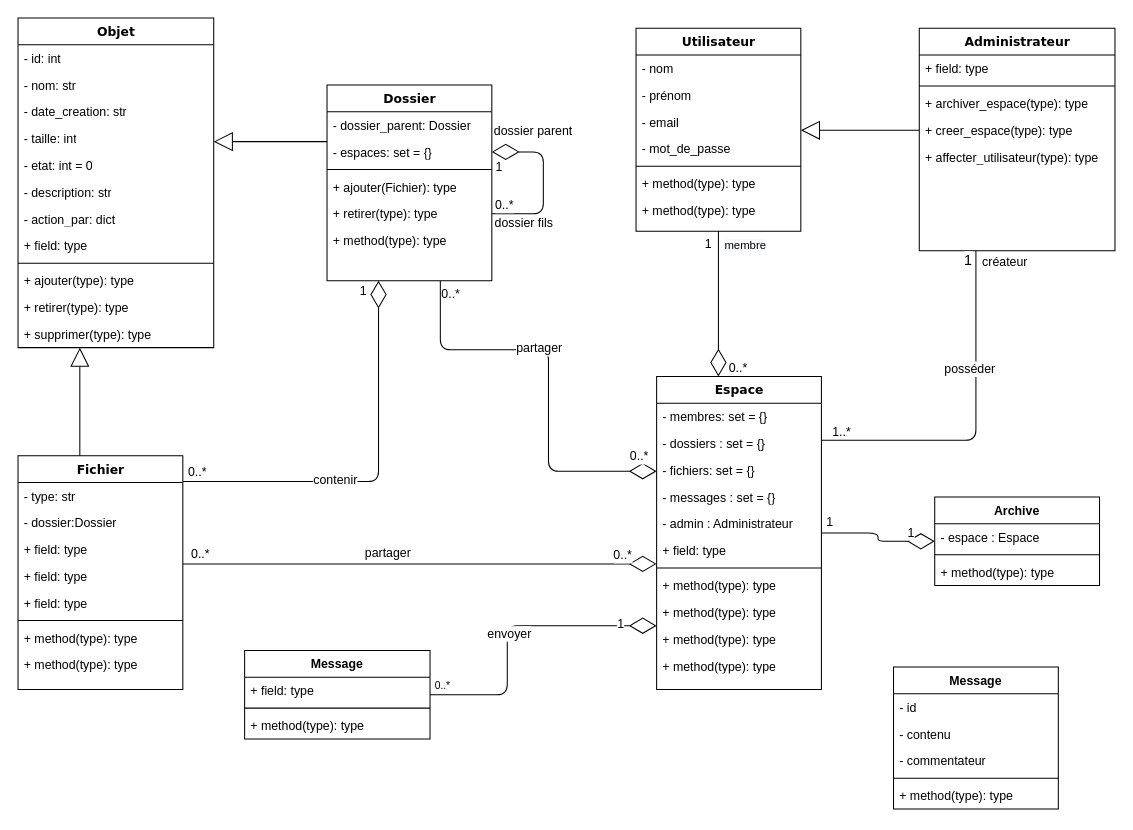
Earlier version of the draw.io diagram diagrams/Class.drawio (AbdourahamaneIssakaSani/ged). Source tidied: cells renumbered, new cells numbered last; positions are measured from the earlier drawing's top-left corner, leaving out a move shared by most shapes. Both pictures are drawn from the tidied source at 103%, with x=0, y=0 at pixel (18, 18).
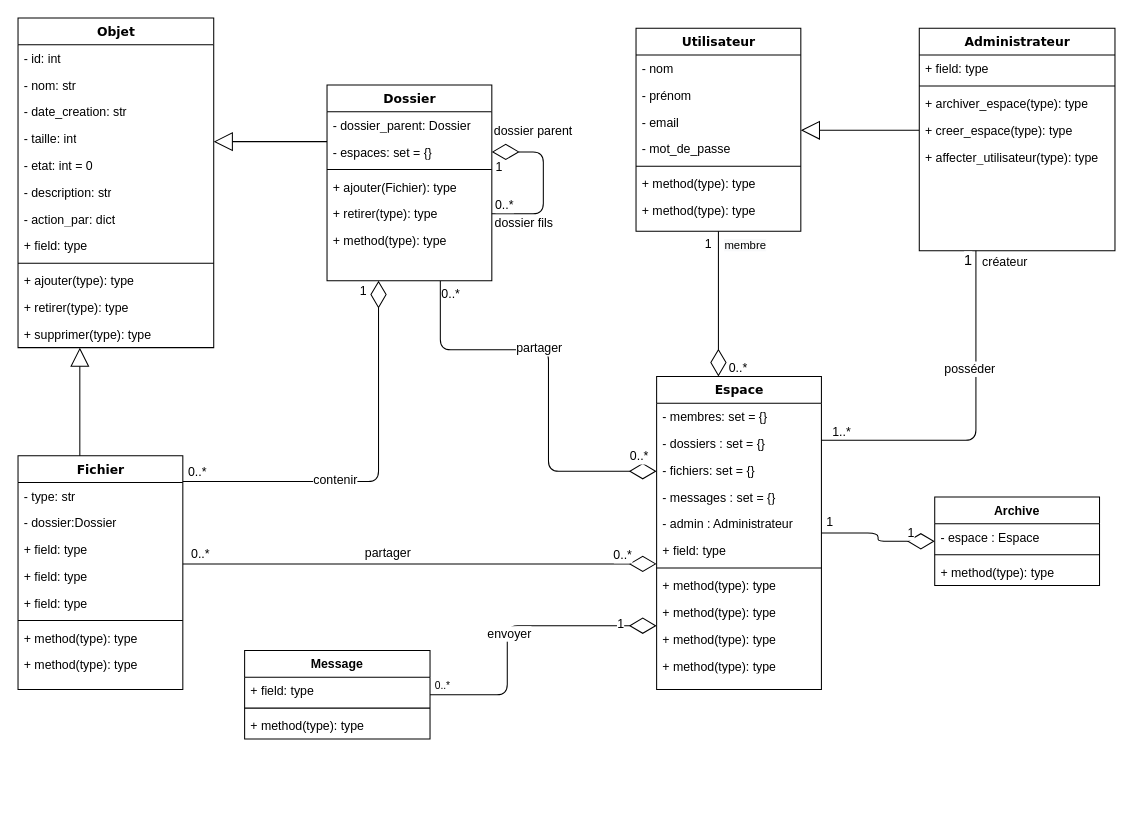
Above is the later version.

What changed in the source:
```diff
@@
-    <mxCell id="82" value="Message" style="swimlane;fontStyle=1;align=center;verticalAlign=top;horizontal=1;startSize=26;" parent="1" vertex="1">
-      <mxGeometry x="850" y="630" width="160" height="138" as="geometry" />
-    </mxCell>
-    <mxCell id="83" value="- id" style="text;strokeColor=none;fillColor=none;align=left;verticalAlign=top;spacingLeft=4;spacingRight=4;overflow=hidden;" parent="82" vertex="1">
-      <mxGeometry y="26" width="160" height="26" as="geometry" />
-    </mxCell>
-    <mxCell id="84" value="- contenu" style="text;strokeColor=none;fillColor=none;align=left;verticalAlign=top;spacingLeft=4;spacingRight=4;overflow=hidden;" parent="82" vertex="1">
-      <mxGeometry y="52" width="160" height="26" as="geometry" />
-    </mxCell>
-    <mxCell id="85" value="- commentateur" style="text;strokeColor=none;fillColor=none;align=left;verticalAlign=top;spacingLeft=4;spacingRight=4;overflow=hidden;" parent="82" vertex="1">
-      <mxGeometry y="78" width="160" height="26" as="geometry" />
-    </mxCell>
-    <mxCell id="86" style="line;strokeWidth=1;fillColor=none;align=left;verticalAlign=middle;spacingTop=-1;spacingLeft=3;spacingRight=3;labelPosition=right;" parent="82" vertex="1">
-      <mxGeometry y="104" width="160" height="8" as="geometry" />
-    </mxCell>
-    <mxCell id="87" value="+ method(type): type" style="text;strokeColor=none;fillColor=none;align=left;verticalAlign=top;spacingLeft=4;spacingRight=4;overflow=hidden;" parent="82" vertex="1">
-      <mxGeometry y="112" width="160" height="26" as="geometry" />
-    </mxCell>
```
